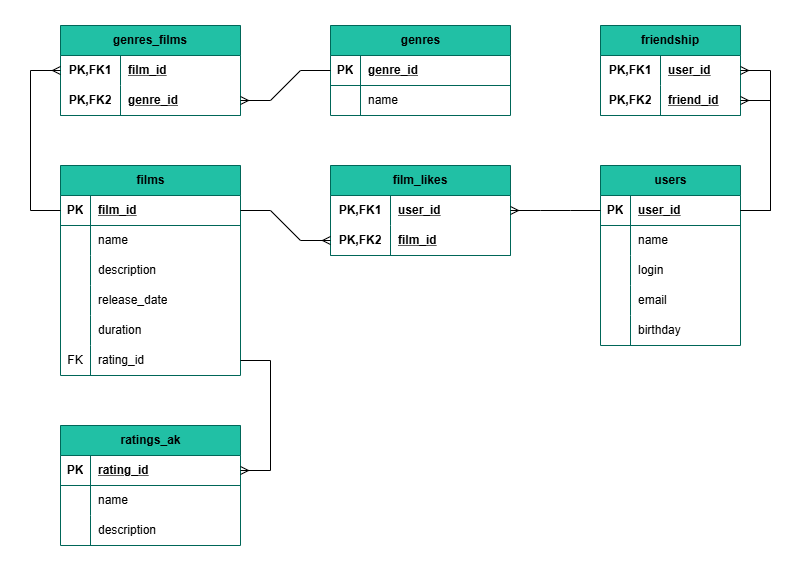
VlasovArtem97/java-filmorate keeps this draw.io diagram as src/main/resources/image/БД.png. Above is the earlier version. Source tidied: cells renumbered, new cells last; positions are measured from the earlier drawing's top-left corner, leaving out a move shared by most shapes.
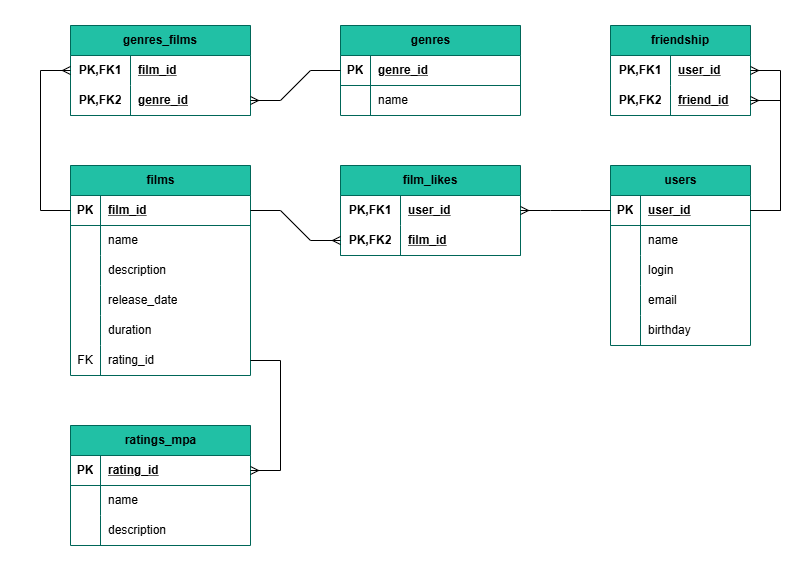
Later version of the same file.

Commit message:
9. изменено названия таблицы в промежуточном ФЗ12

Change to the diagram source:
```diff
@@ -128,7 +128,7 @@
     <mxCell id="43" value="&lt;font style=&quot;color: rgb(0, 0, 0);&quot;&gt;name&lt;/font&gt;" style="shape=partialRectangle;fillColor=none;top=0;left=0;bottom=0;right=0;align=left;spacingLeft=6;overflow=hidden;whiteSpace=wrap;html=1;rounded=0;labelBackgroundColor=none;strokeColor=#006658;fontColor=#5C5C5C;" parent="41" vertex="1">
       <mxGeometry x="30" width="150" height="30" as="geometry" />
     </mxCell>
-    <mxCell id="44" value="&lt;font style=&quot;color: rgb(0, 0, 0);&quot;&gt;ratings_ak&lt;/font&gt;" style="shape=table;startSize=30;rowLines=0;fontStyle=1;align=center;html=1;rounded=0;labelBackgroundColor=none;fillColor=#21C0A5;strokeColor=#006658;fontColor=#5C5C5C;" parent="1" vertex="1">
+    <mxCell id="44" value="&lt;font style=&quot;color: rgb(0, 0, 0);&quot;&gt;ratings_mpa&lt;/font&gt;" style="shape=table;startSize=30;rowLines=0;fontStyle=1;align=center;html=1;rounded=0;labelBackgroundColor=none;fillColor=#21C0A5;strokeColor=#006658;fontColor=#5C5C5C;" parent="1" vertex="1">
       <mxGeometry x="60" y="425" width="180" height="120" as="geometry" />
     </mxCell>
     <mxCell id="45" style="shape=tableRow;horizontal=0;startSize=0;swimlaneHead=0;swimlaneBody=0;fillColor=none;points=[[0,0.5],[1,0.5]];portConstraint=eastwest;top=0;left=0;right=0;bottom=1;rounded=0;labelBackgroundColor=none;strokeColor=#006658;fontColor=#5C5C5C;" parent="44" vertex="1">
@@ -261,7 +261,7 @@
       </mxGeometry>
     </mxCell>
     <mxCell id="84" style="rounded=0;whiteSpace=wrap;html=1;strokeColor=#006658;fontColor=#5C5C5C;fillColor=#21C0A5;opacity=0;" parent="1" vertex="1">
-      <mxGeometry width="800" height="570" as="geometry" />
+      <mxGeometry x="-10" width="800" height="570" as="geometry" />
     </mxCell>
   </root>
 </mxGraphModel>
```
